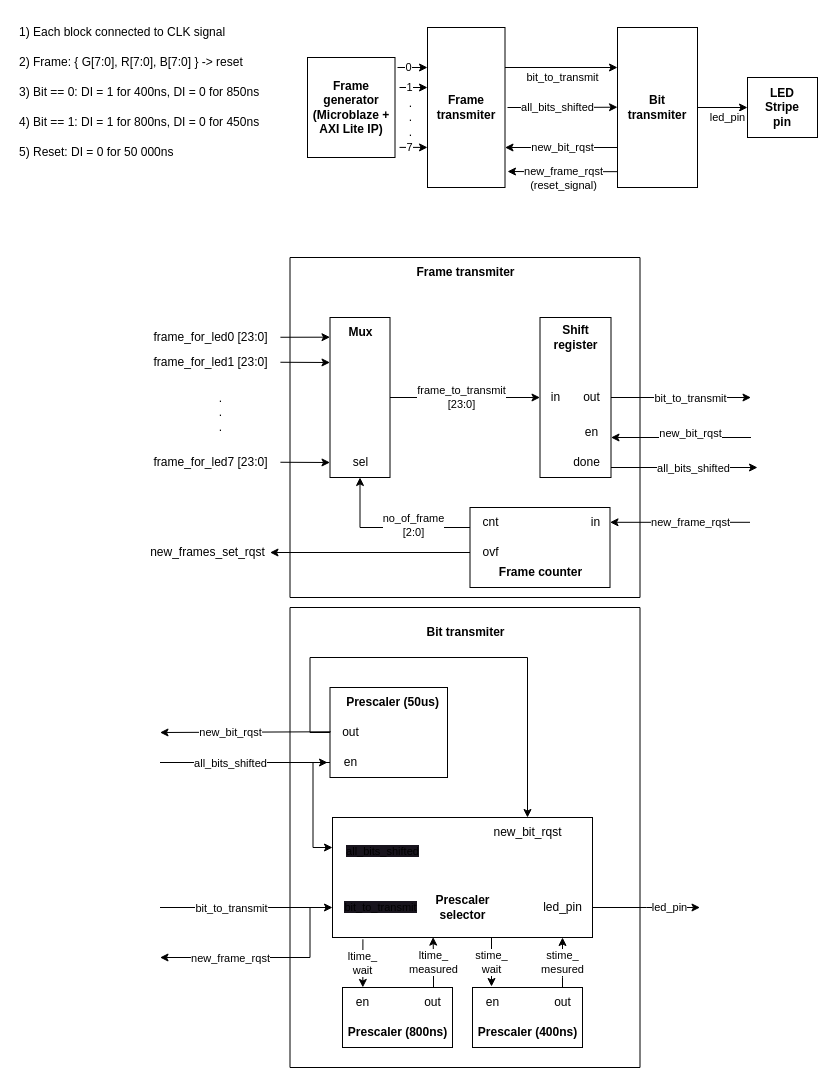
The draw.io diagram LedSnake.drawio in r-smalec/LedSnake, before the edit. Source tidied: cells renumbered, new cells numbered last; positions are measured from the earlier drawing's top-left corner, leaving out a move shared by most shapes. Both pictures are drawn from the tidied source at 100%, with x=0, y=0 at pixel (17, 17).
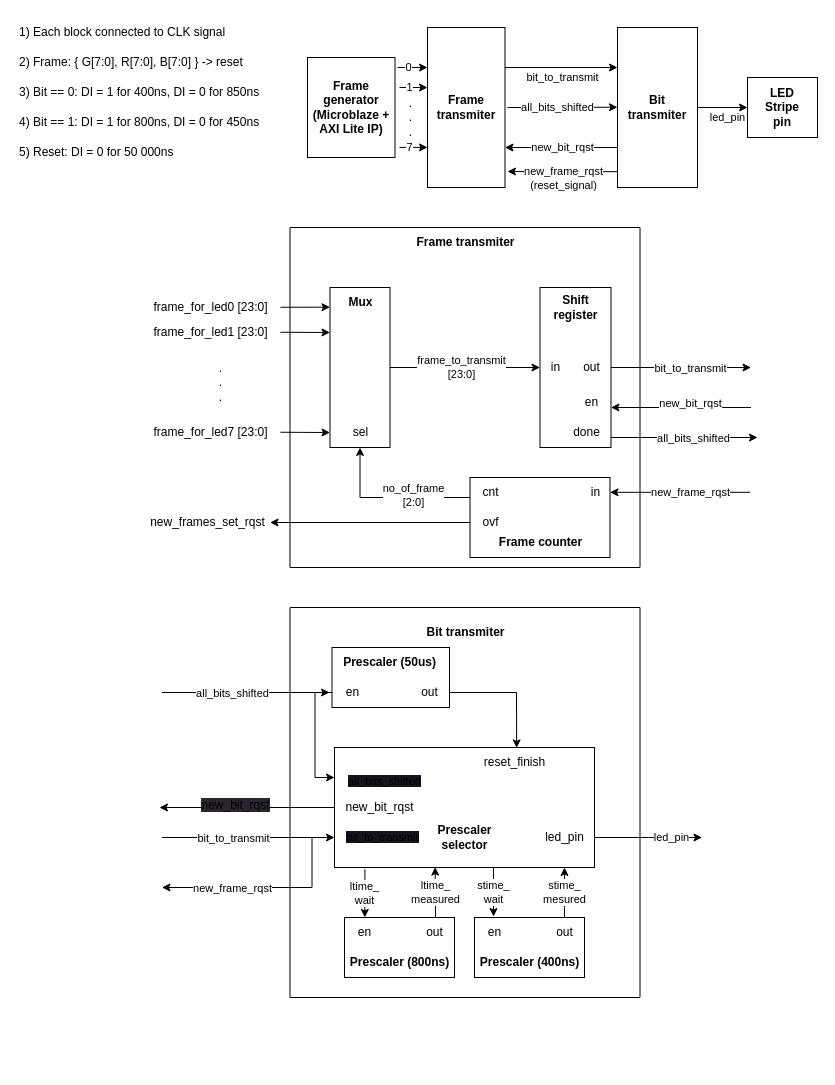
The same diagram, later.

The change refers to these unchanged cells:
```xml
<mxCell id="29" value="done" style="text;html=1;align=center;verticalAlign=middle;points=[];strokeColor=none;fillColor=none;" parent="16" vertex="1">
  <mxGeometry x="271" y="190" width="50" height="30" as="geometry" />
</mxCell>
<mxCell id="41" value="ovf" style="text;html=1;align=center;verticalAlign=middle;points=[];strokeColor=none;fillColor=none;" parent="16" vertex="1">
  <mxGeometry x="180" y="280" width="40" height="30" as="geometry" />
</mxCell>
```

Change to the diagram source:
```diff
@@
     <mxCell id="9" style="edgeStyle=orthogonalEdgeStyle;rounded=0;orthogonalLoop=1;jettySize=auto;html=1;exitX=0;exitY=0.5;exitDx=0;exitDy=0;entryX=0;entryY=0.5;entryDx=0;entryDy=0;" parent="1" edge="1">
       <mxGeometry relative="1" as="geometry">
-        <mxPoint x="637.5" y="230" as="sourcePoint" />
-        <mxPoint x="637.5" y="230" as="targetPoint" />
+        <mxPoint x="637.5" y="200" as="sourcePoint" />
+        <mxPoint x="637.5" y="200" as="targetPoint" />
       </mxGeometry>
     </mxCell>
@@
     <mxCell id="16" style="swimlane;startSize=0;" parent="1" vertex="1">
-      <mxGeometry x="272.5" y="240" width="350" height="340" as="geometry" />
+      <mxGeometry x="272.5" y="210" width="350" height="340" as="geometry" />
     </mxCell>
@@
     <mxCell id="44" style="endArrow=classic;html=1;rounded=0;exitX=1;exitY=0.667;exitDx=0;exitDy=0;exitPerimeter=0;" parent="1" edge="1" source="29">
       <mxGeometry relative="1" as="geometry">
-        <mxPoint x="740" y="450" as="targetPoint" />
+        <mxPoint x="740" y="420" as="targetPoint" />
       </mxGeometry>
     </mxCell>
@@
     <mxCell id="51" value="frame_for_led7 [23:0]" style="text;html=1;align=center;verticalAlign=middle;points=[];strokeColor=none;fillColor=none;" parent="1" vertex="1">
-      <mxGeometry x="122.5" y="430" width="140" height="30" as="geometry" />
+      <mxGeometry x="122.5" y="400" width="140" height="30" as="geometry" />
     </mxCell>
     <mxCell id="52" value="frame_for_led1 [23:0]" style="text;html=1;align=center;verticalAlign=middle;points=[];strokeColor=none;fillColor=none;" parent="1" vertex="1">
-      <mxGeometry x="122.5" y="330" width="140" height="30" as="geometry" />
+      <mxGeometry x="122.5" y="300" width="140" height="30" as="geometry" />
     </mxCell>
     <mxCell id="53" value="frame_for_led0 [23:0]" style="text;html=1;align=center;verticalAlign=middle;points=[];strokeColor=none;fillColor=none;" parent="1" vertex="1">
-      <mxGeometry x="122.5" y="305" width="140" height="30" as="geometry" />
+      <mxGeometry x="122.5" y="275" width="140" height="30" as="geometry" />
     </mxCell>
@@
     <mxCell id="56" style="swimlane;startSize=0;" parent="1" vertex="1">
-      <mxGeometry x="272.5" y="590" width="350" height="460" as="geometry" />
+      <mxGeometry x="272.5" y="590" width="350" height="390" as="geometry" />
     </mxCell>
@@
     <mxCell id="58" style="rounded=0;whiteSpace=wrap;html=1;" parent="56" vertex="1">
-      <mxGeometry x="42.5" y="210" width="260" height="120" as="geometry" />
+      <mxGeometry x="44.5" y="140" width="260" height="120" as="geometry" />
     </mxCell>
     <mxCell id="59" value="ltime_&lt;br&gt;measured" style="edgeStyle=orthogonalEdgeStyle;rounded=0;jettySize=auto;html=1;entryX=0.387;entryY=0.997;entryDx=0;entryDy=0;entryPerimeter=0;" parent="56" edge="1" source="60" target="58">
       <mxGeometry relative="1" as="geometry">
         <Array as="points">
-          <mxPoint x="143.5" y="355" />
-          <mxPoint x="143.5" y="355" />
+          <mxPoint x="145.5" y="285" />
+          <mxPoint x="145.5" y="285" />
         </Array>
       </mxGeometry>
     </mxCell>
     <mxCell id="60" style="rounded=0;whiteSpace=wrap;html=1;" parent="56" vertex="1">
-      <mxGeometry x="52.5" y="380" width="110" height="60" as="geometry" />
+      <mxGeometry x="54.5" y="310" width="110" height="60" as="geometry" />
     </mxCell>
     <mxCell id="61" value="stime_&lt;br&gt;mesured" style="edgeStyle=orthogonalEdgeStyle;rounded=0;jettySize=auto;html=1;" parent="56" edge="1" source="62">
       <mxGeometry relative="1" as="geometry">
-        <mxPoint x="272.5" y="330" as="targetPoint" />
+        <mxPoint x="274.5" y="260" as="targetPoint" />
         <Array as="points">
-          <mxPoint x="272.5" y="370" />
-          <mxPoint x="272.5" y="370" />
+          <mxPoint x="274.5" y="300" />
+          <mxPoint x="274.5" y="300" />
         </Array>
       </mxGeometry>
     </mxCell>
     <mxCell id="62" style="rounded=0;whiteSpace=wrap;html=1;" parent="56" vertex="1">
-      <mxGeometry x="182.5" y="380" width="110" height="60" as="geometry" />
+      <mxGeometry x="184.5" y="310" width="110" height="60" as="geometry" />
     </mxCell>
     <mxCell id="63" value="&lt;b&gt;Prescaler&amp;nbsp;&lt;span style=&quot;&quot;&gt;(800ns)&lt;/span&gt;&lt;/b&gt;" style="text;html=1;align=center;verticalAlign=middle;strokeColor=none;fillColor=none;" parent="56" vertex="1">
-      <mxGeometry x="47.5" y="410" width="120" height="30" as="geometry" />
+      <mxGeometry x="49.5" y="340" width="120" height="30" as="geometry" />
     </mxCell>
     <mxCell id="64" value="&lt;b&gt;Prescaler&amp;nbsp;&lt;span style=&quot;&quot;&gt;(400ns)&lt;/span&gt;&lt;/b&gt;" style="text;html=1;align=center;verticalAlign=middle;strokeColor=none;fillColor=none;" parent="56" vertex="1">
-      <mxGeometry x="177.5" y="410" width="120" height="30" as="geometry" />
+      <mxGeometry x="179.5" y="340" width="120" height="30" as="geometry" />
     </mxCell>
     <mxCell id="65" value="out" style="text;html=1;align=center;verticalAlign=middle;strokeColor=none;fillColor=none;" parent="56" vertex="1">
-      <mxGeometry x="122.5" y="380" width="40" height="30" as="geometry" />
+      <mxGeometry x="124.5" y="310" width="40" height="30" as="geometry" />
     </mxCell>
     <mxCell id="66" value="out" style="text;html=1;align=center;verticalAlign=middle;strokeColor=none;fillColor=none;" parent="56" vertex="1">
-      <mxGeometry x="252.5" y="380" width="40" height="30" as="geometry" />
+      <mxGeometry x="254.5" y="310" width="40" height="30" as="geometry" />
     </mxCell>
     <mxCell id="67" value="en" style="text;html=1;align=center;verticalAlign=middle;points=[];strokeColor=none;fillColor=none;" parent="56" vertex="1">
-      <mxGeometry x="52.5" y="380" width="40" height="30" as="geometry" />
+      <mxGeometry x="54.5" y="310" width="40" height="30" as="geometry" />
     </mxCell>
     <mxCell id="68" value="en" style="text;html=1;align=center;verticalAlign=middle;strokeColor=none;fillColor=none;" parent="56" vertex="1">
-      <mxGeometry x="182.5" y="380" width="40" height="30" as="geometry" />
+      <mxGeometry x="184.5" y="310" width="40" height="30" as="geometry" />
     </mxCell>
@@
     <mxCell id="70" value="stime_&lt;br&gt;wait" style="endArrow=classic;html=1;rounded=0;entryX=0.508;entryY=-0.002;entryDx=0;entryDy=0;entryPerimeter=0;exitX=0.117;exitY=1.015;exitDx=0;exitDy=0;exitPerimeter=0;" parent="56" edge="1">
       <mxGeometry relative="1" as="geometry">
-        <mxPoint x="201.5" y="330" as="sourcePoint" />
-        <mxPoint x="201.5" y="379" as="targetPoint" />
+        <mxPoint x="203.5" y="260" as="sourcePoint" />
+        <mxPoint x="203.5" y="309" as="targetPoint" />
       </mxGeometry>
     </mxCell>
     <mxCell id="71" value="&lt;span style=&quot;font-size: 11px; background-color: rgb(24, 20, 29);&quot;&gt;bit_to_transmit&lt;/span&gt;" style="text;html=1;align=center;verticalAlign=middle;strokeColor=none;fillColor=none;" parent="56" vertex="1">
-      <mxGeometry x="40" y="285" width="100" height="30" as="geometry" />
+      <mxGeometry x="42" y="215" width="100" height="30" as="geometry" />
     </mxCell>
     <mxCell id="72" value="led_pin" style="edgeStyle=orthogonalEdgeStyle;rounded=0;jettySize=auto;html=1;" parent="56" edge="1" source="73">
       <mxGeometry x="0.44" relative="1" as="geometry">
-        <mxPoint x="410" y="300" as="targetPoint" />
+        <mxPoint x="412" y="230" as="targetPoint" />
       </mxGeometry>
     </mxCell>
     <mxCell id="73" value="led_pin" style="text;html=1;align=center;verticalAlign=middle;points=[];strokeColor=none;fillColor=none;" parent="56" vertex="1">
-      <mxGeometry x="242.5" y="285" width="60" height="30" as="geometry" />
+      <mxGeometry x="244.5" y="215" width="60" height="30" as="geometry" />
     </mxCell>
     <mxCell id="74" value="&lt;b&gt;Prescaler&lt;br style=&quot;&quot;&gt;&lt;span style=&quot;&quot;&gt;selector&lt;/span&gt;&lt;/b&gt;" style="text;html=1;align=center;verticalAlign=middle;strokeColor=none;fillColor=none;" parent="56" vertex="1">
-      <mxGeometry x="132.5" y="280" width="80" height="40" as="geometry" />
+      <mxGeometry x="134.5" y="210" width="80" height="40" as="geometry" />
     </mxCell>
     <mxCell id="75" style="rounded=0;whiteSpace=wrap;html=1;" parent="56" vertex="1">
-      <mxGeometry x="40" y="80" width="117.5" height="90" as="geometry" />
+      <mxGeometry x="42" y="40" width="117.5" height="60" as="geometry" />
     </mxCell>
     <mxCell id="76" value="&lt;b&gt;Prescaler&amp;nbsp;&lt;span style=&quot;&quot;&gt;(50us)&lt;/span&gt;&lt;/b&gt;" style="text;html=1;align=center;verticalAlign=middle;strokeColor=none;fillColor=none;" parent="56" vertex="1">
-      <mxGeometry x="42.5" y="80" width="120" height="30" as="geometry" />
+      <mxGeometry x="39.5" y="40" width="120" height="30" as="geometry" />
     </mxCell>
-    <mxCell id="77" style="edgeStyle=orthogonalEdgeStyle;rounded=0;jettySize=auto;html=1;entryX=0.75;entryY=0;entryDx=0;entryDy=0;" parent="56" edge="1" source="78" target="58">
-      <mxGeometry relative="1" as="geometry">
-        <Array as="points">
-          <mxPoint x="20" y="125" />
-          <mxPoint x="20" y="50" />
-          <mxPoint x="238" y="50" />
-        </Array>
-      </mxGeometry>
-    </mxCell>
+    <mxCell id="93" style="edgeStyle=none;html=1;entryX=0.527;entryY=0.013;entryDx=0;entryDy=0;entryPerimeter=0;rounded=0;" parent="56" edge="1" source="78" target="94">
+      <mxGeometry relative="1" as="geometry">
+        <Array as="points">
+          <mxPoint x="226.5" y="85" />
+        </Array>
+      </mxGeometry>
+    </mxCell>
     <mxCell id="78" value="out" style="text;html=1;align=center;verticalAlign=middle;points=[];strokeColor=none;fillColor=none;" parent="56" vertex="1">
-      <mxGeometry x="40" y="110" width="40" height="30" as="geometry" />
+      <mxGeometry x="119.5" y="70" width="40" height="30" as="geometry" />
     </mxCell>
     <mxCell id="79" style="edgeStyle=orthogonalEdgeStyle;rounded=0;jettySize=auto;html=1;entryX=0;entryY=0.25;entryDx=0;entryDy=0;" parent="56" edge="1" target="58">
       <mxGeometry relative="1" as="geometry">
-        <mxPoint x="40" y="155" as="sourcePoint" />
+        <mxPoint x="42" y="85" as="sourcePoint" />
         <Array as="points">
-          <mxPoint x="23" y="155" />
-          <mxPoint x="23" y="240" />
+          <mxPoint x="25" y="85" />
+          <mxPoint x="25" y="170" />
         </Array>
       </mxGeometry>
     </mxCell>
     <mxCell id="80" value="en" style="text;html=1;align=center;verticalAlign=middle;points=[];strokeColor=none;fillColor=none;" parent="56" vertex="1">
-      <mxGeometry x="40" y="140" width="40" height="30" as="geometry" />
+      <mxGeometry x="42" y="70" width="40" height="30" as="geometry" />
     </mxCell>
     <mxCell id="81" value="&lt;span style=&quot;font-size: 11px; background-color: rgb(24, 20, 29);&quot;&gt;all_bits_shifted&lt;/span&gt;" style="text;html=1;align=center;verticalAlign=middle;strokeColor=none;fillColor=none;" parent="56" vertex="1">
-      <mxGeometry x="42.5" y="229" width="100" height="30" as="geometry" />
+      <mxGeometry x="44.5" y="159" width="100" height="30" as="geometry" />
     </mxCell>
     <mxCell id="82" value="new_bit_rqst" style="text;html=1;align=center;verticalAlign=middle;points=[];strokeColor=none;fillColor=none;" parent="56" vertex="1">
-      <mxGeometry x="192.5" y="210" width="90" height="30" as="geometry" />
+      <mxGeometry x="44.5" y="185" width="90" height="30" as="geometry" />
     </mxCell>
     <mxCell id="83" style="endArrow=classic;html=1;rounded=0;" parent="56" edge="1">
       <mxGeometry relative="1" as="geometry">
-        <mxPoint x="20" y="300" as="sourcePoint" />
-        <mxPoint x="-130" y="350" as="targetPoint" />
+        <mxPoint x="22" y="230" as="sourcePoint" />
+        <mxPoint x="-128" y="280" as="targetPoint" />
         <Array as="points">
-          <mxPoint x="20" y="350" />
+          <mxPoint x="22" y="280" />
         </Array>
       </mxGeometry>
     </mxCell>
@@
+    <mxCell id="94" value="reset_finish" style="text;html=1;align=center;verticalAlign=middle;points=[];strokeColor=none;fillColor=none;" parent="56" vertex="1">
+      <mxGeometry x="184.5" y="140" width="80" height="30" as="geometry" />
+    </mxCell>
     <mxCell id="85" style="edgeStyle=none;html=1;entryX=0;entryY=0.75;entryDx=0;entryDy=0;" parent="1" edge="1" target="58">
       <mxGeometry relative="1" as="geometry">
-        <mxPoint x="142.5" y="890" as="sourcePoint" />
+        <mxPoint x="144.5" y="820" as="sourcePoint" />
       </mxGeometry>
     </mxCell>
@@
     <mxCell id="87" style="endArrow=classic;html=1;rounded=0;entryX=-0.062;entryY=0.5;entryDx=0;entryDy=0;entryPerimeter=0;" parent="1" edge="1" target="80">
       <mxGeometry relative="1" as="geometry">
-        <mxPoint x="142.5" y="745" as="sourcePoint" />
+        <mxPoint x="144.5" y="675" as="sourcePoint" />
       </mxGeometry>
     </mxCell>
@@
-    <mxCell id="89" style="endArrow=classic;html=1;rounded=0;exitX=0.02;exitY=0.476;exitDx=0;exitDy=0;exitPerimeter=0;" parent="1" edge="1" source="78">
-      <mxGeometry relative="1" as="geometry">
-        <mxPoint x="142.5" y="715" as="targetPoint" />
-      </mxGeometry>
-    </mxCell>
-    <mxCell id="90" value="new_bit_rqst" style="edgeLabel;html=1;align=center;verticalAlign=middle;" parent="89" vertex="1">
-      <mxGeometry x="0.15" relative="1" as="geometry">
-        <mxPoint x="-3" as="offset" />
-      </mxGeometry>
-    </mxCell>
     <mxCell id="91" style="edgeStyle=none;html=1;" parent="1" edge="1" source="41">
       <mxGeometry relative="1" as="geometry">
-        <mxPoint x="252.5" y="535" as="targetPoint" />
+        <mxPoint x="252.5" y="505" as="targetPoint" />
       </mxGeometry>
     </mxCell>
     <mxCell id="92" value="new_frames_set_rqst" style="text;html=1;align=center;verticalAlign=middle;strokeColor=none;fillColor=none;" parent="1" vertex="1">
-      <mxGeometry x="120" y="520" width="140" height="30" as="geometry" />
+      <mxGeometry x="120" y="490" width="140" height="30" as="geometry" />
     </mxCell>
+    <mxCell id="95" style="edgeStyle=none;html=1;" parent="1" edge="1" source="82">
+      <mxGeometry relative="1" as="geometry">
+        <mxPoint x="142" y="790" as="targetPoint" />
+      </mxGeometry>
+    </mxCell>
+    <mxCell id="90" value="&lt;span style=&quot;font-size: 12px; background-color: rgb(42, 37, 47);&quot;&gt;new_bit_rqst&lt;/span&gt;" style="edgeLabel;html=1;align=center;verticalAlign=middle;" parent="95" vertex="1">
+      <mxGeometry x="0.14" y="-3" relative="1" as="geometry" />
+    </mxCell>
```
